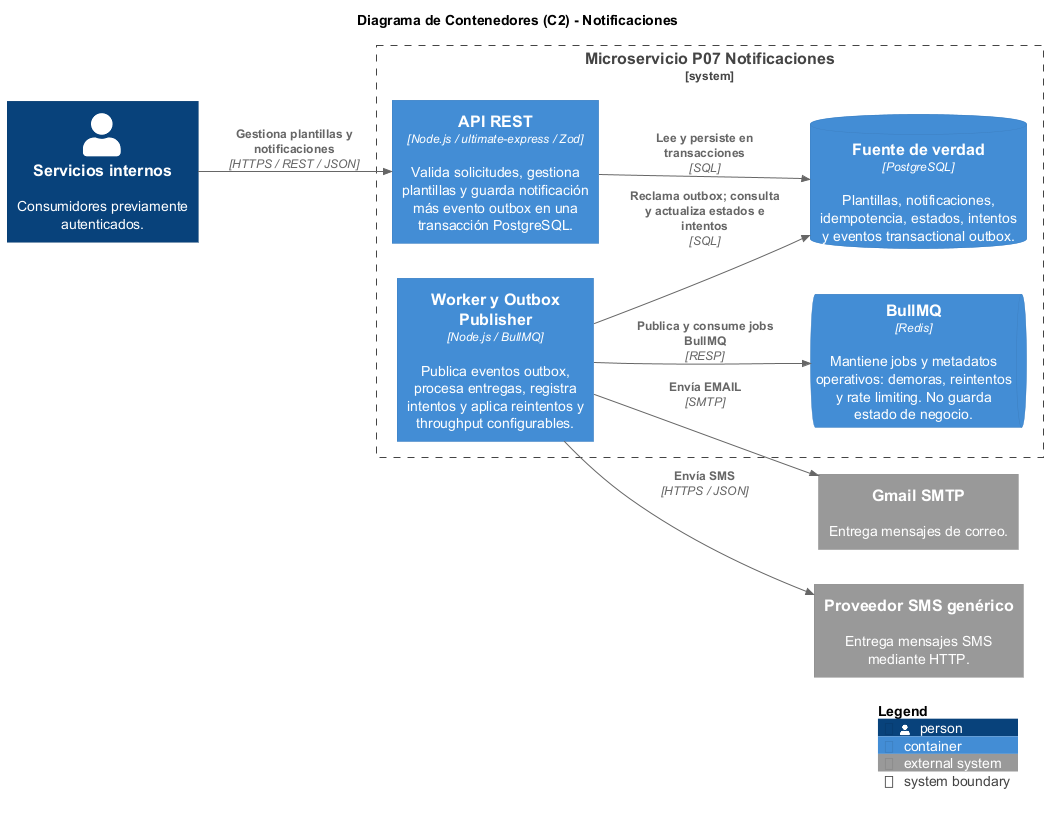
Before: notificaciones-architecture/diagrams/C4/contenedores/notificaciones-02-contenedores.png, a diagram exported from PlantUML (Frosmin/tigoBootcamp).
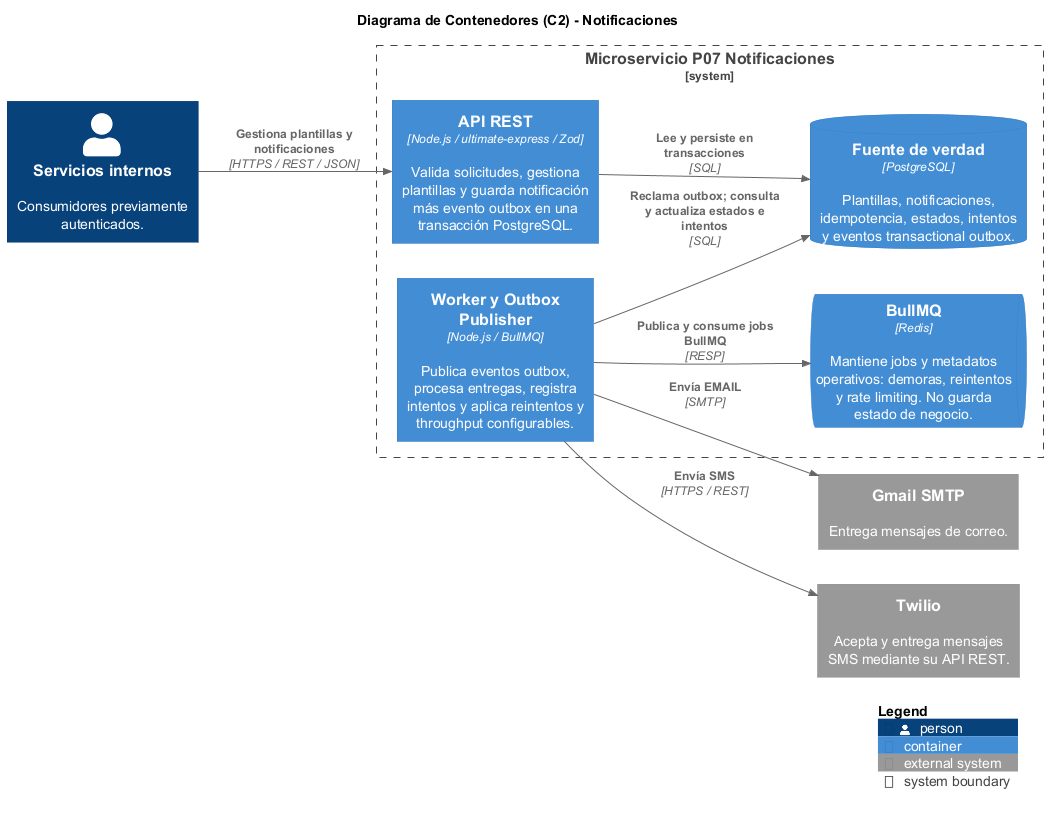
The same file after the commit.

Change to the diagram source:
```diff
@@ -8,7 +8,7 @@
 
 Person(emisores, "Servicios internos", "Consumidores previamente autenticados.")
 System_Ext(gmail, "Gmail SMTP", "Entrega mensajes de correo.")
-System_Ext(sms, "Proveedor SMS genérico", "Entrega mensajes SMS mediante HTTP.")
+System_Ext(sms, "Twilio", "Acepta y entrega mensajes SMS mediante su API REST.")
 
 System_Boundary(p07, "Microservicio P07 Notificaciones") {
     Container(api, "API REST", "Node.js / ultimate-express / Zod", "Valida solicitudes, gestiona plantillas y guarda notificación más evento outbox en una transacción PostgreSQL.")
@@ -23,7 +23,7 @@
 Rel(worker, db, "Reclama outbox; consulta y actualiza estados e intentos", "SQL")
 Rel(worker, redis, "Publica y consume jobs BullMQ", "RESP")
 Rel(worker, gmail, "Envía EMAIL", "SMTP")
-Rel(worker, sms, "Envía SMS", "HTTPS / JSON")
+Rel(worker, sms, "Envía SMS", "HTTPS / REST")
 
 SHOW_LEGEND()
 @enduml
```
